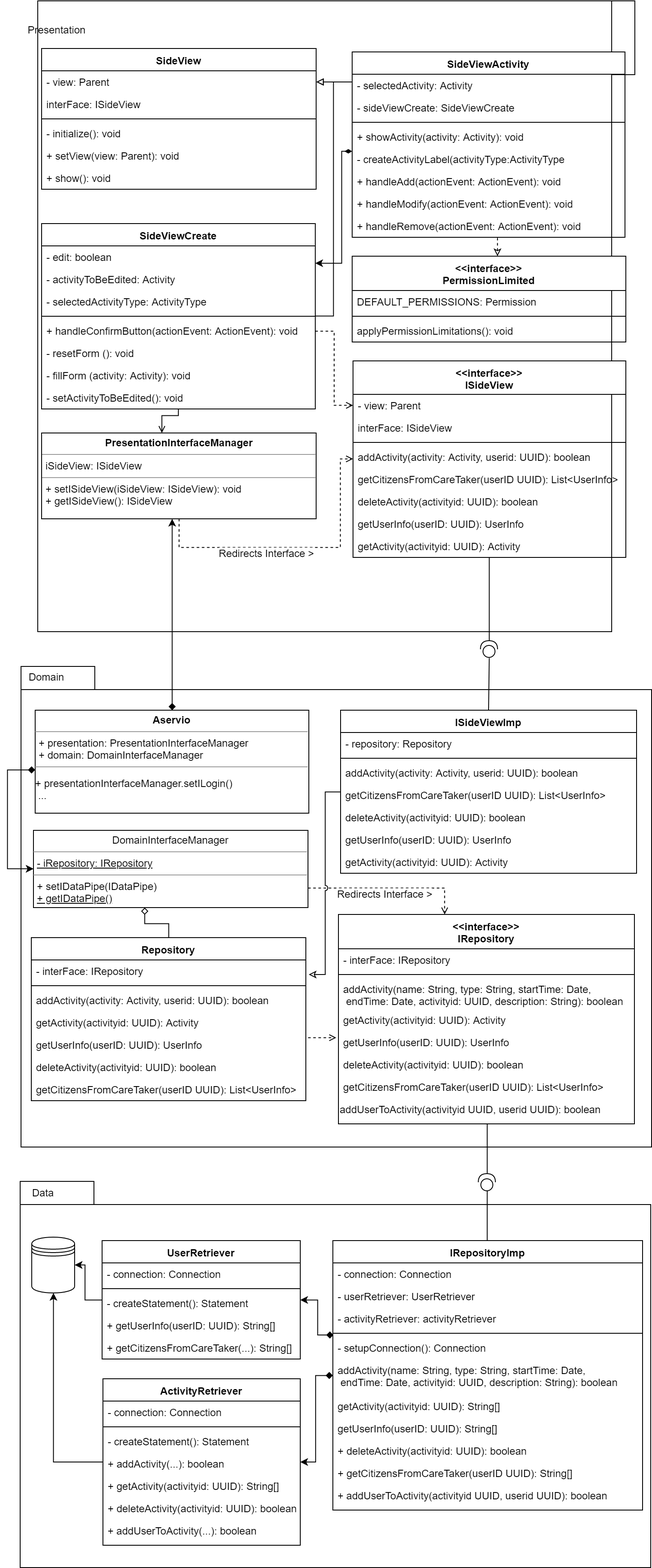
SBangslund/SE02_Projekt keeps this draw.io diagram as docs/diagrams/DesignDiagrammer/Planlægning/RedigerPlanlægning/RedigerPlanlægning.png. Above is the earlier version. Source tidied: cells renumbered, new cells last; positions are measured from the earlier drawing's top-left corner, leaving out a move shared by most shapes.
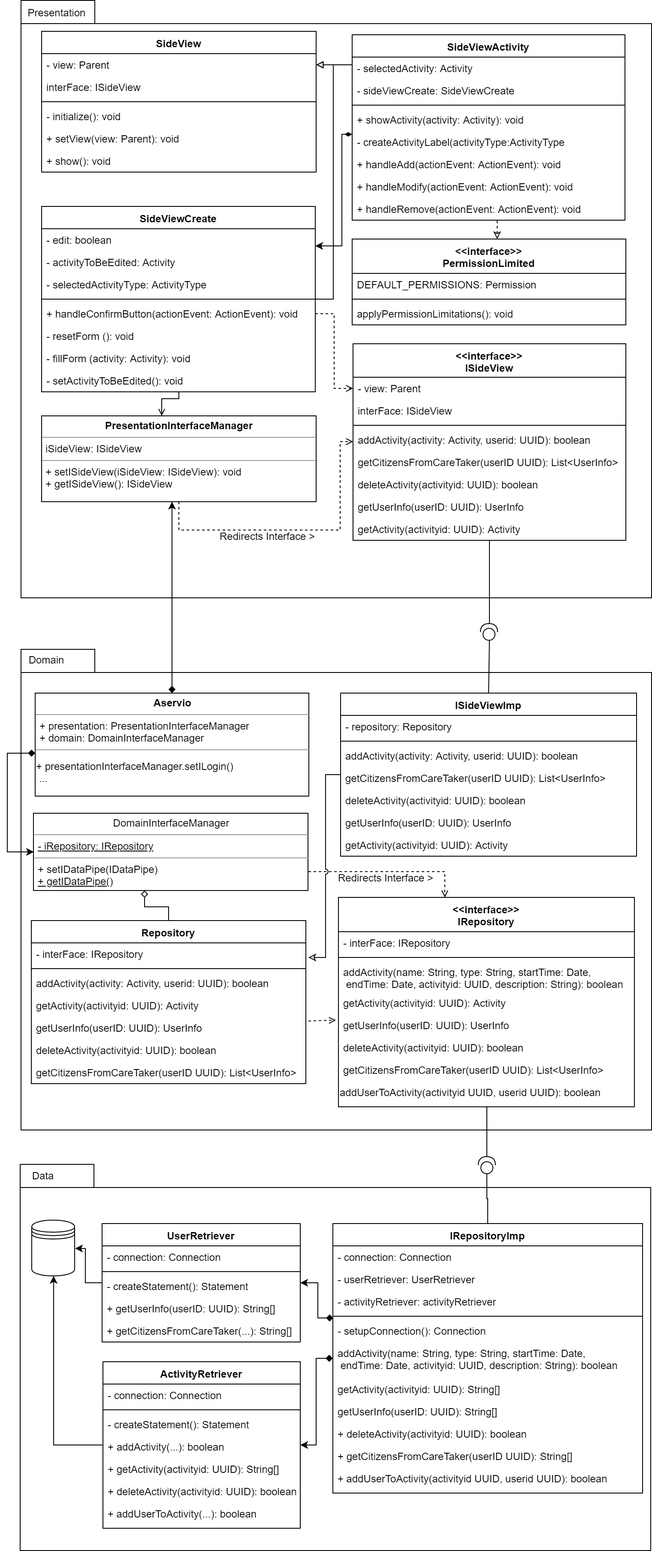
The same diagram one commit later.

Commit message:
updated redigerplanlægning desing diagram

The edit, as a diff of the source:
```diff
@@ -8,8 +8,8 @@
     <mxCell id="3" style="shape=folder;fontStyle=1;spacingTop=10;tabWidth=86;tabHeight=27;tabPosition=left;html=1;" parent="1" vertex="1">
       <mxGeometry x="16" y="776" width="735" height="560" as="geometry" />
     </mxCell>
-    <mxCell id="4" style="shape=folder;fontStyle=1;spacingTop=10;tabWidth=86;tabHeight=27;tabPosition=left;html=1;direction=south;" parent="1" vertex="1">
-      <mxGeometry x="35.5" y="0.5" width="696" height="735" as="geometry" />
+    <mxCell id="4" style="shape=folder;fontStyle=1;spacingTop=10;tabWidth=86;tabHeight=27;tabPosition=left;html=1;direction=east;" parent="1" vertex="1">
+      <mxGeometry x="16" y="20" width="735" height="696" as="geometry" />
     </mxCell>
     <mxCell id="5" value="Domain" style="text;html=1;strokeColor=none;fillColor=none;align=center;verticalAlign=middle;whiteSpace=wrap;rounded=0;" parent="1" vertex="1">
       <mxGeometry x="25" y="778" width="40" height="20" as="geometry" />
```
